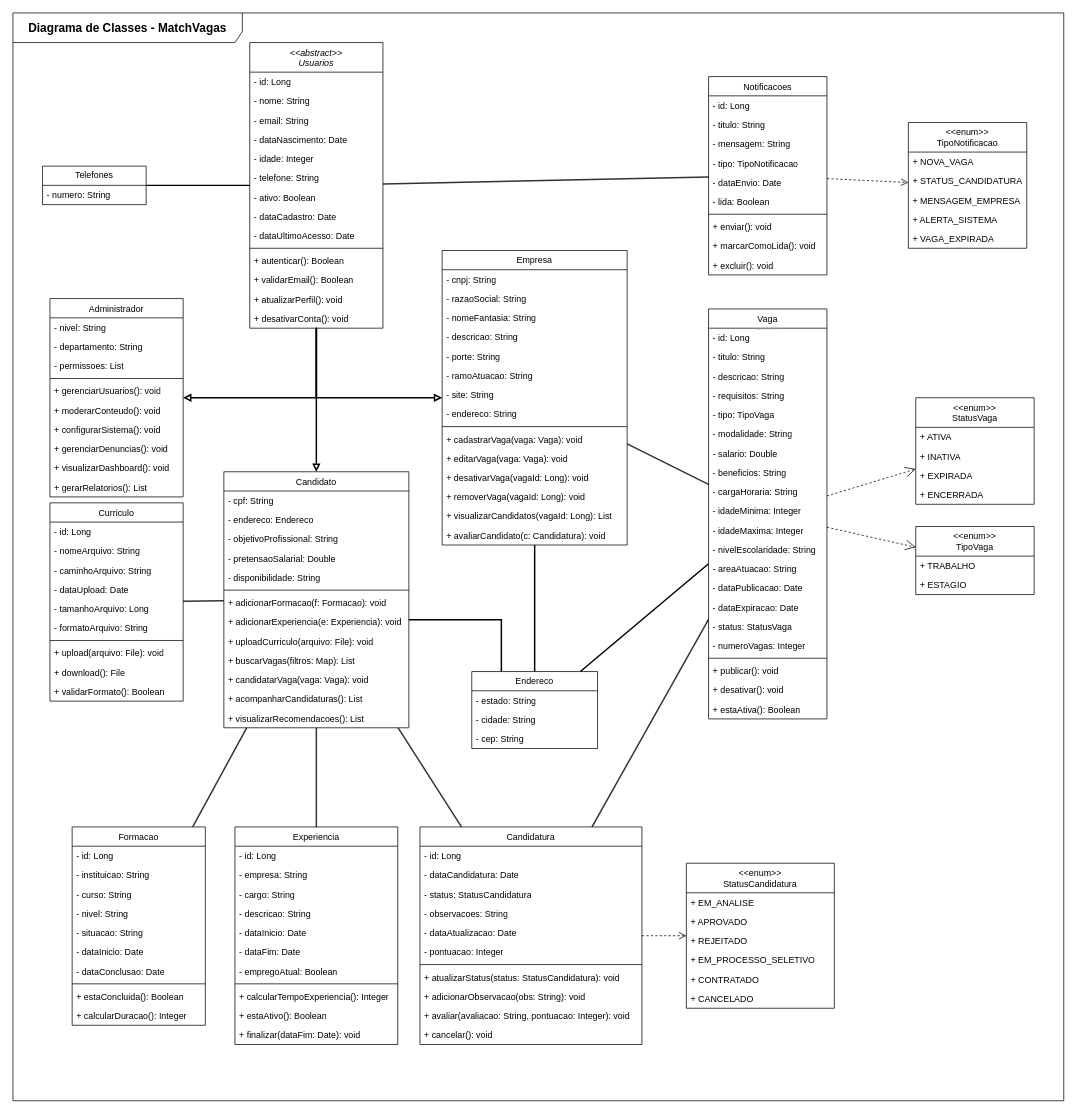
Earlier version of the draw.io diagram Diagramas/Diagrama de Classes/Diagrama de Classe.dio (MatchVagas/Documentation). Source tidied: cells renumbered, new cells numbered last; positions are measured from the earlier drawing's top-left corner, leaving out a move shared by most shapes. Both pictures are drawn from the tidied source at 74%, with x=0, y=0 at pixel (13, 13).
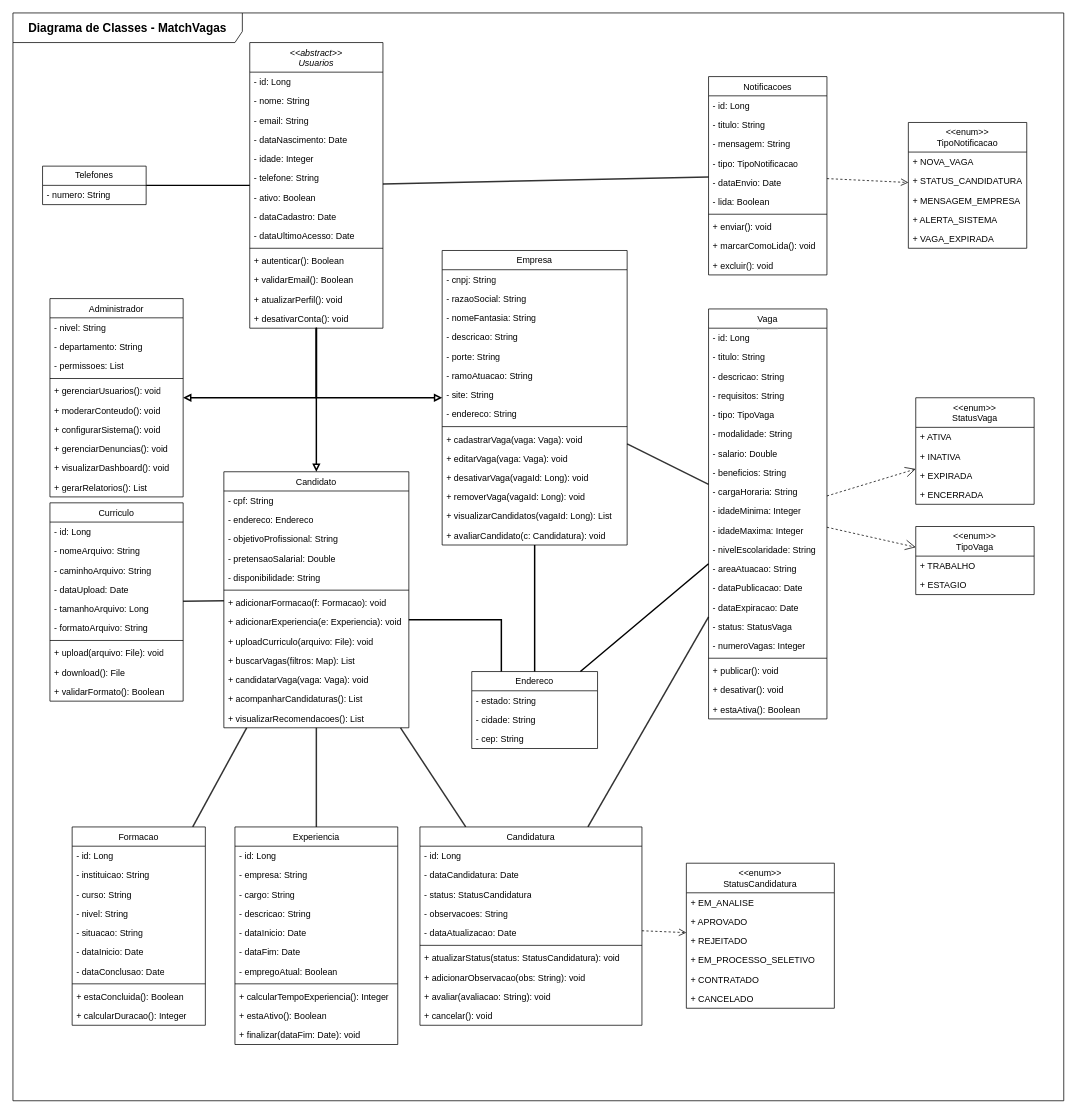
After the change.

Commit message (it also covers changes not shown here):
Atualização dos diagramas de classes e do Modelo ER

The edit, as a diff of the source:
```diff
@@
     <mxCell id="44" value="&lt;span style=&quot;text-align: left;&quot;&gt;&lt;font style=&quot;color: rgb(0, 0, 0);&quot;&gt;Candidatura&lt;/font&gt;&lt;/span&gt;&lt;br&gt;&lt;span style=&quot;text-align: left;&quot;&gt;&lt;/span&gt;" style="swimlane;fontStyle=0;align=center;verticalAlign=top;horizontal=1;startSize=26;whiteSpace=wrap;html=1;" parent="1" vertex="1">
-      <mxGeometry x="550" y="1100" width="300" height="294" as="geometry" />
+      <mxGeometry x="550" y="1100" width="300" height="268" as="geometry" />
     </mxCell>
@@
-    <mxCell id="50" value="- pontuacao: Integer" style="text;strokeColor=none;fillColor=none;align=left;verticalAlign=top;spacingLeft=4;spacingRight=4;overflow=hidden;whiteSpace=wrap;html=1;" parent="44" vertex="1">
-      <mxGeometry y="156" width="300" height="26" as="geometry" />
-    </mxCell>
     <mxCell id="51" style="line;strokeWidth=1;fillColor=none;align=left;verticalAlign=middle;spacingTop=-1;spacingLeft=3;spacingRight=3;labelPosition=right;strokeColor=inherit;" parent="44" vertex="1">
-      <mxGeometry y="182" width="300" height="8" as="geometry" />
+      <mxGeometry y="156" width="300" height="8" as="geometry" />
     </mxCell>
     <mxCell id="52" value="+ atualizarStatus(status: StatusCandidatura): void" style="text;strokeColor=none;fillColor=none;align=left;verticalAlign=top;spacingLeft=4;spacingRight=4;overflow=hidden;whiteSpace=wrap;html=1;" parent="44" vertex="1">
-      <mxGeometry y="190" width="300" height="26" as="geometry" />
+      <mxGeometry y="164" width="300" height="26" as="geometry" />
     </mxCell>
     <mxCell id="53" value="+ adicionarObservacao(obs: String): void" style="text;strokeColor=none;fillColor=none;align=left;verticalAlign=top;spacingLeft=4;spacingRight=4;overflow=hidden;whiteSpace=wrap;html=1;" parent="44" vertex="1">
-      <mxGeometry y="216" width="300" height="26" as="geometry" />
+      <mxGeometry y="190" width="300" height="26" as="geometry" />
     </mxCell>
-    <mxCell id="54" value="+ avaliar(avaliacao: String, pontuacao: Integer): void" style="text;strokeColor=none;fillColor=none;align=left;verticalAlign=top;spacingLeft=4;spacingRight=4;overflow=hidden;whiteSpace=wrap;html=1;" parent="44" vertex="1">
-      <mxGeometry y="242" width="300" height="26" as="geometry" />
+    <mxCell id="54" value="+ avaliar(avaliacao: String): void" style="text;strokeColor=none;fillColor=none;align=left;verticalAlign=top;spacingLeft=4;spacingRight=4;overflow=hidden;whiteSpace=wrap;html=1;" parent="44" vertex="1">
+      <mxGeometry y="216" width="300" height="26" as="geometry" />
     </mxCell>
     <mxCell id="55" value="+ cancelar(): void" style="text;strokeColor=none;fillColor=none;align=left;verticalAlign=top;spacingLeft=4;spacingRight=4;overflow=hidden;whiteSpace=wrap;html=1;" parent="44" vertex="1">
-      <mxGeometry y="268" width="300" height="26" as="geometry" />
+      <mxGeometry y="242" width="300" height="26" as="geometry" />
     </mxCell>
```
